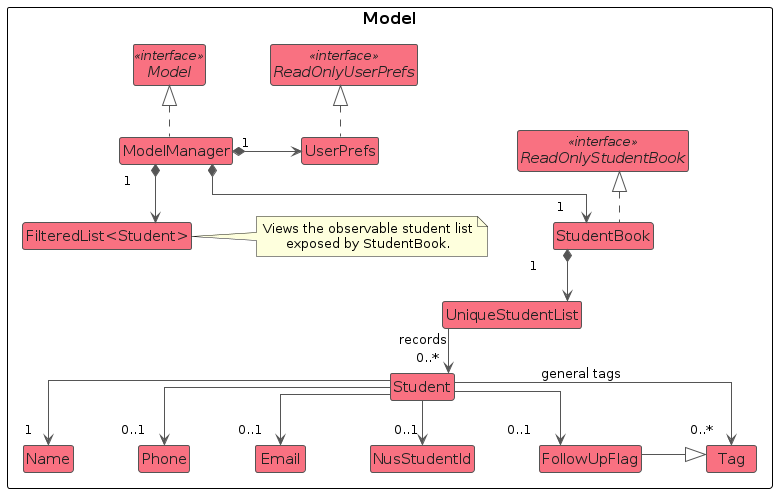
Above: diagrams/ModelClassDiagram.png in AY2627S1-CS2103T-T16-1/tp (PlantUML), before the change. Its source is kept beside it as diagrams/ModelClassDiagram.puml.
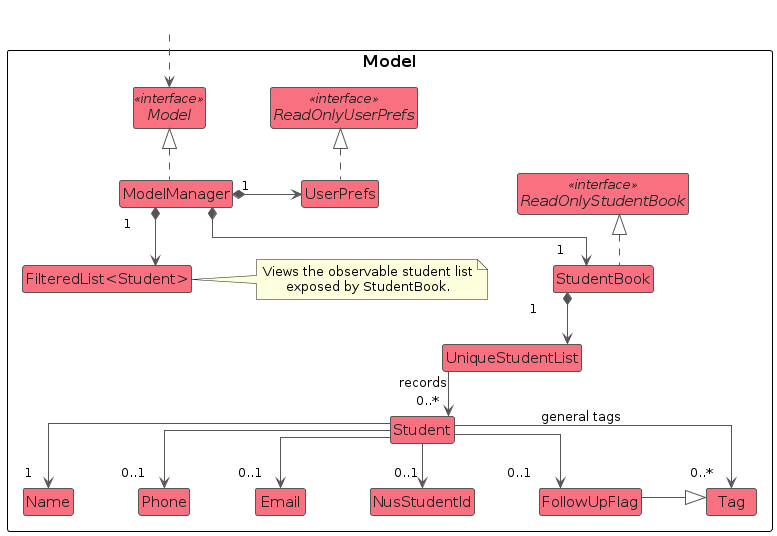
Later version of the same file.

Diff of the diagram source:
```diff
@@ -56,4 +56,6 @@
 FollowUpFlag -[hidden]right-> Tag
 
 }
+class " " as Outside #transparent;line:transparent
+Outside ..> Model
 @enduml
```
